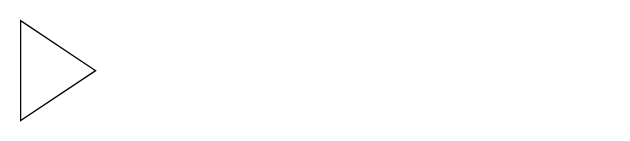
This is 未命名绘图.drawio from SimpleFoam/onlineSimulation, a draw.io file, before an edit. Source tidied: cells renumbered, new cells numbered last; positions are measured from the earlier drawing's top-left corner, leaving out a move shared by most shapes. Both pictures are drawn from the tidied source at 125%, with x=0, y=0 at pixel (20, 20).
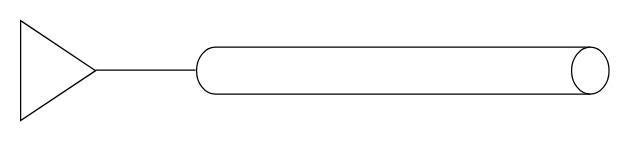
The same diagram, later.

Commit message:
更新未命名绘图.drawio

Change to the diagram source:
```diff
@@
 <mxGraphModel>
   <root>
     <mxCell id="0" />
     <mxCell id="1" parent="0" />
     <mxCell id="2" style="triangle;whiteSpace=wrap;html=1;" parent="1" vertex="1">
       <mxGeometry width="60" height="80" as="geometry" />
     </mxCell>
+    <mxCell id="3" style="endArrow=none;html=1;rounded=0;" parent="1" edge="1">
+      <mxGeometry relative="1" as="geometry">
+        <mxPoint x="60" y="39.6" as="sourcePoint" />
+        <mxPoint x="140" y="39.6" as="targetPoint" />
+      </mxGeometry>
+    </mxCell>
+    <mxCell id="4" style="shape=cylinder3;whiteSpace=wrap;html=1;boundedLbl=1;backgroundOutline=1;size=15;rotation=90;" parent="1" vertex="1">
+      <mxGeometry x="287" y="-125" width="37.5" height="330" as="geometry" />
+    </mxCell>
   </root>
 </mxGraphModel>
```
